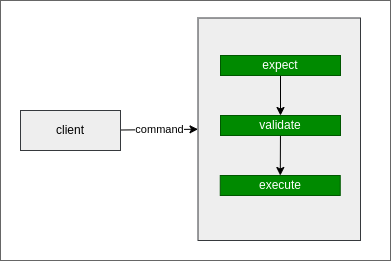
Earlier version of the draw.io export dp/template-method.drawio.png (mg0324/my-res). Source tidied: cells renumbered, new cells last; positions are measured from the earlier drawing's top-left corner, leaving out a move shared by most shapes. Source of this version:
```xml
<mxGraphModel background="#ffffff">
  <root>
    <mxCell id="0" />
    <mxCell id="1" parent="0" />
    <mxCell id="2" style="rounded=0;whiteSpace=wrap;html=1;fillColor=#FFFFFF;strokeColor=#666666;fontColor=#333333;" parent="1" vertex="1">
      <mxGeometry width="390" height="260" as="geometry" />
    </mxCell>
    <mxCell id="3" style="edgeStyle=none;html=1;fontColor=#000000;" parent="1" edge="1" source="5">
      <mxGeometry relative="1" as="geometry">
        <mxPoint x="90" y="110" as="targetPoint" />
      </mxGeometry>
    </mxCell>
    <mxCell id="4" value="command" style="edgeStyle=none;html=1;entryX=0;entryY=0.5;entryDx=0;entryDy=0;strokeColor=#000000;fontColor=#000000;labelBackgroundColor=#ffffff;" parent="1" edge="1" source="5" target="6">
      <mxGeometry relative="1" as="geometry" />
    </mxCell>
    <mxCell id="5" value="client" style="rounded=0;whiteSpace=wrap;html=1;fillColor=#eeeeee;strokeColor=#36393d;fontColor=#000000;" parent="1" vertex="1">
      <mxGeometry x="20" y="110" width="100" height="40" as="geometry" />
    </mxCell>
    <mxCell id="6" style="rounded=0;whiteSpace=wrap;html=1;fillColor=#eeeeee;strokeColor=#36393d;fontColor=#000000;" parent="1" vertex="1">
      <mxGeometry x="197.5" y="17.5" width="162.5" height="222.5" as="geometry" />
    </mxCell>
    <mxCell id="7" style="edgeStyle=none;html=1;strokeColor=#000000;" parent="1" edge="1" source="8" target="10">
      <mxGeometry relative="1" as="geometry" />
    </mxCell>
    <mxCell id="8" value="expect" style="rounded=0;whiteSpace=wrap;html=1;fillColor=#008a00;strokeColor=#005700;fontColor=#ffffff;" parent="1" vertex="1">
      <mxGeometry x="220" y="55" width="120" height="20" as="geometry" />
    </mxCell>
    <mxCell id="9" style="edgeStyle=none;html=1;strokeColor=#000000;" parent="1" edge="1" source="10" target="11">
      <mxGeometry relative="1" as="geometry" />
    </mxCell>
    <mxCell id="10" value="validate" style="rounded=0;whiteSpace=wrap;html=1;fillColor=#008a00;strokeColor=#005700;fontColor=#ffffff;" parent="1" vertex="1">
      <mxGeometry x="220" y="115" width="120" height="20" as="geometry" />
    </mxCell>
    <mxCell id="11" value="execute" style="rounded=0;whiteSpace=wrap;html=1;fillColor=#008a00;strokeColor=#005700;fontColor=#ffffff;" parent="1" vertex="1">
      <mxGeometry x="219.8" y="175" width="120" height="20" as="geometry" />
    </mxCell>
  </root>
</mxGraphModel>
```
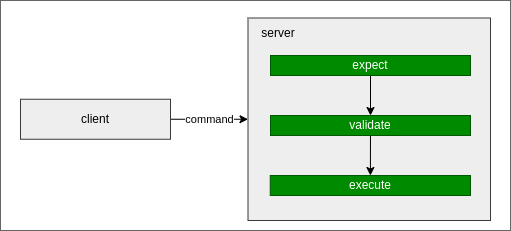
Later version of the same file.

The edit, as a diff of the source:
```diff
@@ -3,7 +3,7 @@
     <mxCell id="0" />
     <mxCell id="1" parent="0" />
     <mxCell id="2" style="rounded=0;whiteSpace=wrap;html=1;fillColor=#FFFFFF;strokeColor=#666666;fontColor=#333333;" parent="1" vertex="1">
-      <mxGeometry width="390" height="260" as="geometry" />
+      <mxGeometry x="-50" width="510" height="230" as="geometry" />
     </mxCell>
     <mxCell id="3" style="edgeStyle=none;html=1;fontColor=#000000;" parent="1" edge="1" source="5">
       <mxGeometry relative="1" as="geometry">
@@ -14,25 +14,28 @@
       <mxGeometry relative="1" as="geometry" />
     </mxCell>
     <mxCell id="5" value="client" style="rounded=0;whiteSpace=wrap;html=1;fillColor=#eeeeee;strokeColor=#36393d;fontColor=#000000;" parent="1" vertex="1">
-      <mxGeometry x="20" y="110" width="100" height="40" as="geometry" />
+      <mxGeometry x="-30" y="98.8" width="150" height="40" as="geometry" />
     </mxCell>
     <mxCell id="6" style="rounded=0;whiteSpace=wrap;html=1;fillColor=#eeeeee;strokeColor=#36393d;fontColor=#000000;" parent="1" vertex="1">
-      <mxGeometry x="197.5" y="17.5" width="162.5" height="222.5" as="geometry" />
+      <mxGeometry x="197.5" y="17.5" width="242.5" height="202.5" as="geometry" />
     </mxCell>
     <mxCell id="7" style="edgeStyle=none;html=1;strokeColor=#000000;" parent="1" edge="1" source="8" target="10">
       <mxGeometry relative="1" as="geometry" />
     </mxCell>
     <mxCell id="8" value="expect" style="rounded=0;whiteSpace=wrap;html=1;fillColor=#008a00;strokeColor=#005700;fontColor=#ffffff;" parent="1" vertex="1">
-      <mxGeometry x="220" y="55" width="120" height="20" as="geometry" />
+      <mxGeometry x="220" y="55" width="200" height="20" as="geometry" />
     </mxCell>
     <mxCell id="9" style="edgeStyle=none;html=1;strokeColor=#000000;" parent="1" edge="1" source="10" target="11">
       <mxGeometry relative="1" as="geometry" />
     </mxCell>
     <mxCell id="10" value="validate" style="rounded=0;whiteSpace=wrap;html=1;fillColor=#008a00;strokeColor=#005700;fontColor=#ffffff;" parent="1" vertex="1">
-      <mxGeometry x="220" y="115" width="120" height="20" as="geometry" />
+      <mxGeometry x="220" y="115" width="200" height="20" as="geometry" />
     </mxCell>
     <mxCell id="11" value="execute" style="rounded=0;whiteSpace=wrap;html=1;fillColor=#008a00;strokeColor=#005700;fontColor=#ffffff;" parent="1" vertex="1">
-      <mxGeometry x="219.8" y="175" width="120" height="20" as="geometry" />
+      <mxGeometry x="219.8" y="175" width="200.2" height="20" as="geometry" />
     </mxCell>
+    <mxCell id="12" value="server" style="text;html=1;strokeColor=none;fillColor=none;align=center;verticalAlign=middle;whiteSpace=wrap;rounded=0;labelBackgroundColor=none;fontColor=#000000;" parent="1" vertex="1">
+      <mxGeometry x="197.5" y="17.5" width="60" height="30" as="geometry" />
+    </mxCell>
   </root>
 </mxGraphModel>
```
